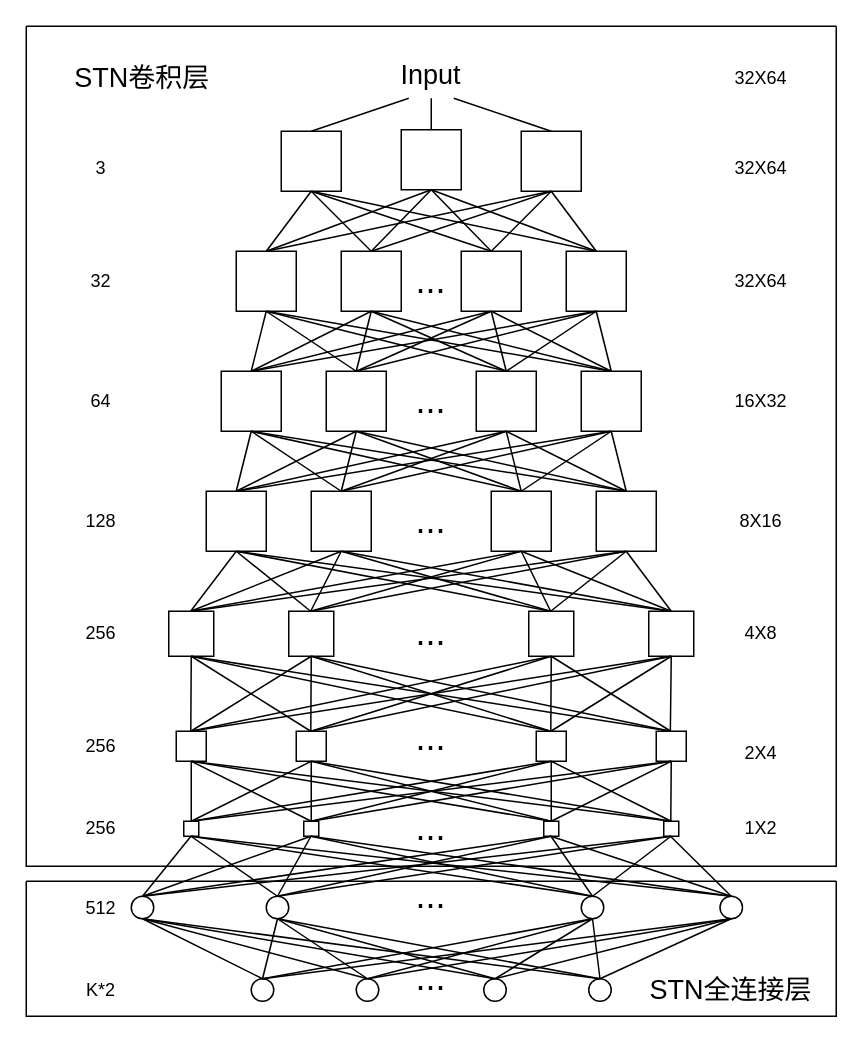
The draw.io diagram thesis_rectify.drawio in Dong-J93/_pictures, before the edit. Source tidied: cells renumbered, new cells numbered last; positions are measured from the earlier drawing's top-left corner, leaving out a move shared by most shapes. Both pictures are drawn from the tidied source at 150%, with x=0, y=0 at pixel (26, 26).
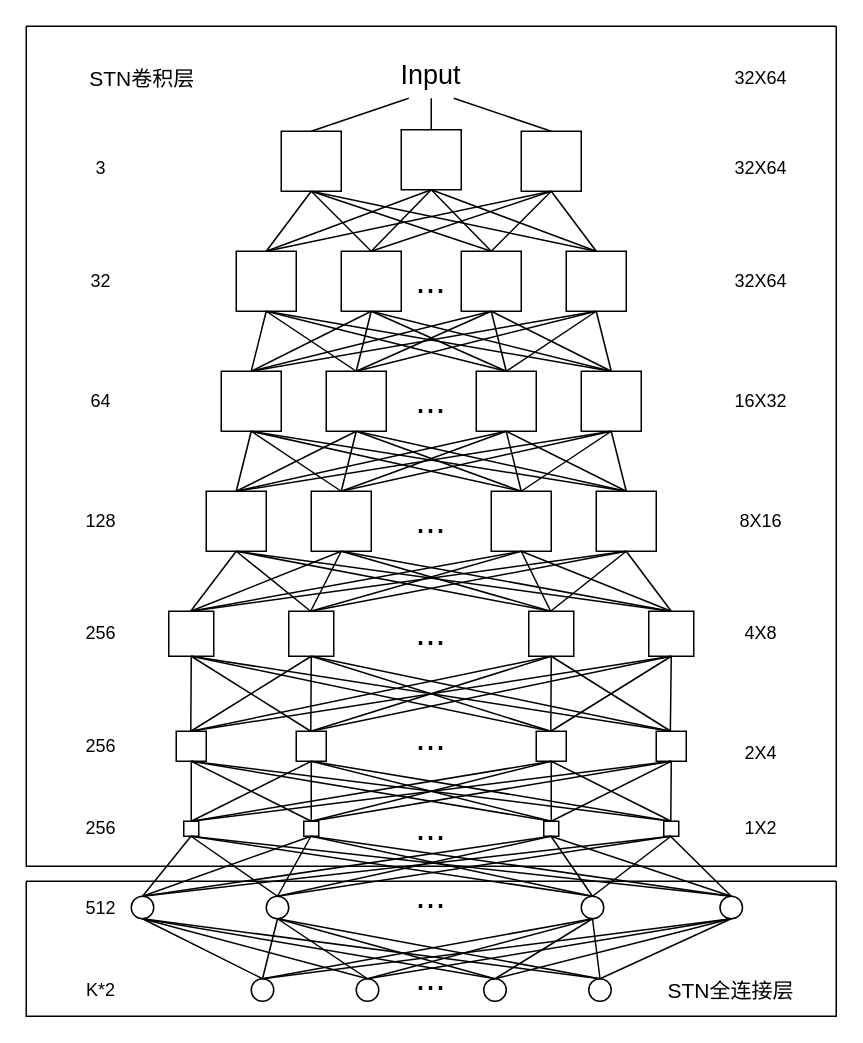
The same page after the edit.

The change refers to these unchanged cells:
```xml
<mxCell id="2" style="swimlane;startSize=0;" parent="1" vertex="1">
  <mxGeometry width="540" height="560" as="geometry" />
</mxCell>
<mxCell id="72" style="swimlane;startSize=0;" parent="1" vertex="1">
  <mxGeometry y="570" width="540" height="90" as="geometry" />
</mxCell>
```

The edit, as a diff of the source:
```diff
@@
-    <mxCell id="25" value="&lt;font style=&quot;font-size: 18px;&quot;&gt;STN卷积层&lt;/font&gt;" style="text;html=1;strokeColor=none;fillColor=none;align=center;verticalAlign=middle;whiteSpace=wrap;rounded=0;" parent="2" vertex="1">
+    <mxCell id="25" value="&lt;font style=&quot;font-size: 14px;&quot;&gt;STN卷积层&lt;/font&gt;" style="text;html=1;strokeColor=none;fillColor=none;align=center;verticalAlign=middle;whiteSpace=wrap;rounded=0;" parent="2" vertex="1">
       <mxGeometry x="10" y="20" width="135" height="30" as="geometry" />
     </mxCell>
@@
-    <mxCell id="73" value="&lt;font style=&quot;font-size: 18px;&quot;&gt;STN全连接层&lt;/font&gt;" style="text;html=1;strokeColor=none;fillColor=none;align=center;verticalAlign=middle;whiteSpace=wrap;rounded=0;" parent="72" vertex="1">
+    <mxCell id="73" value="&lt;font style=&quot;font-size: 14px;&quot;&gt;STN全连接层&lt;/font&gt;" style="text;html=1;strokeColor=none;fillColor=none;align=center;verticalAlign=middle;whiteSpace=wrap;rounded=0;" parent="72" vertex="1">
       <mxGeometry x="415" y="57.5" width="110" height="30" as="geometry" />
     </mxCell>
```
